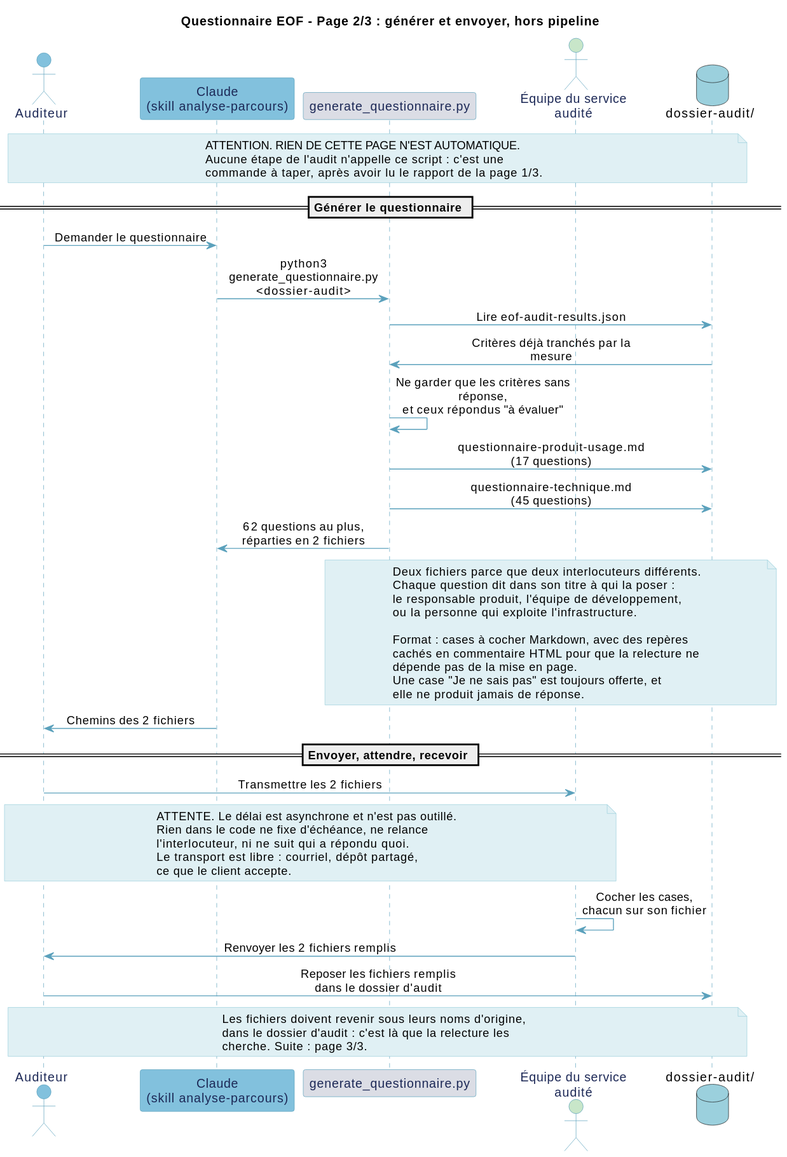
Earlier version of the PlantUML export documentation/diagrammes/eof-questionnaire-sequence-p2.svg (Boavizta/eroom).
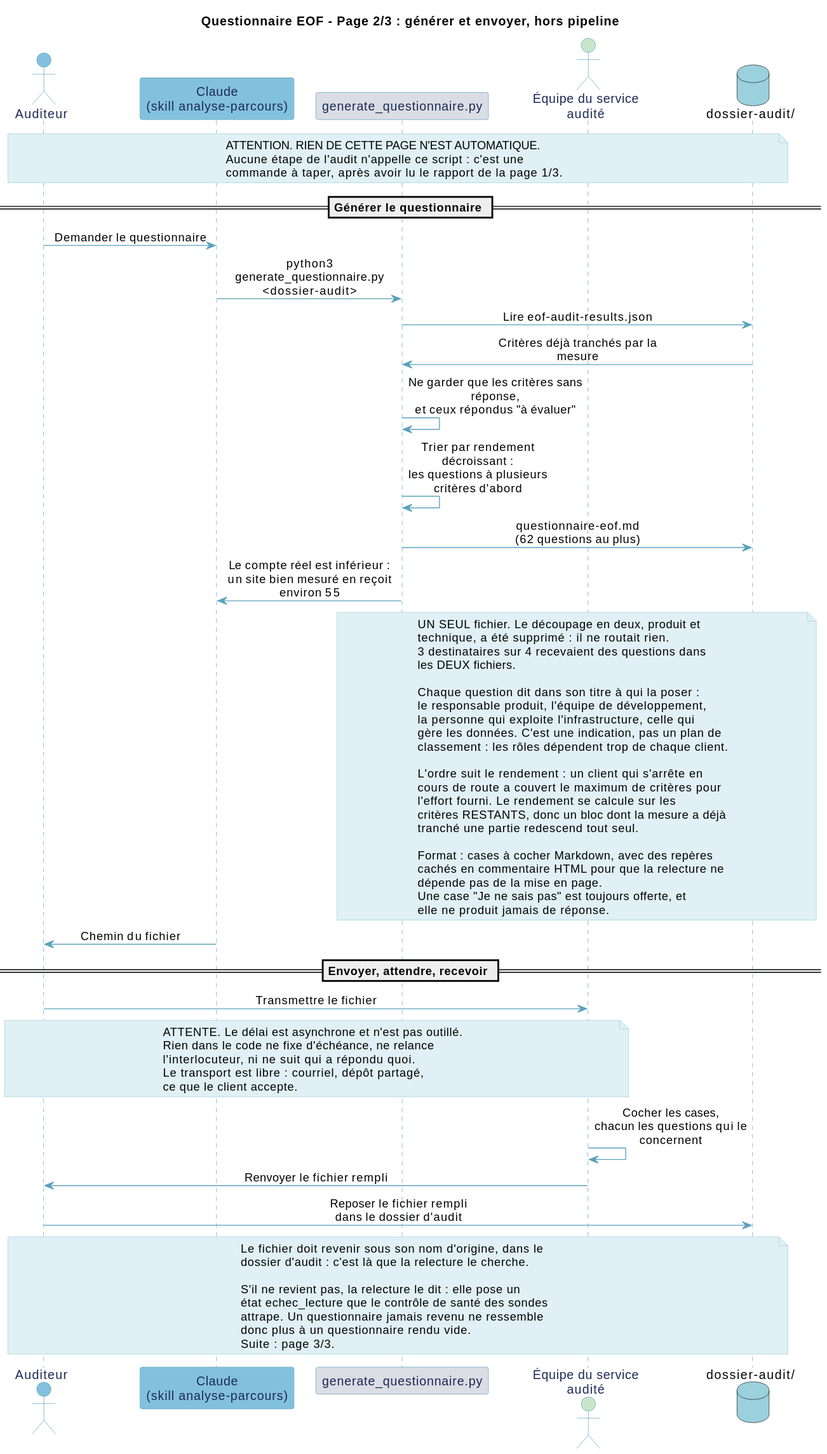
The same file after the commit.

Commit message:
docs(diagrammes): le circuit dessine ne parle plus de deux fichiers

Diff of the diagram source:
```diff
@@ -41,15 +41,27 @@
 GQ -> FS : Lire eof-audit-results.json
 FS -> GQ : Critères déjà tranchés par la mesure
 GQ -> GQ : Ne garder que les critères sans réponse,\net ceux répondus "à évaluer"
-GQ -> FS : questionnaire-produit-usage.md\n(17 questions)
-GQ -> FS : questionnaire-technique.md\n(45 questions)
-GQ -> C : 62 questions au plus,\nréparties en 2 fichiers
+GQ -> GQ : Trier par rendement décroissant :\nles questions à plusieurs critères d'abord
+GQ -> FS : questionnaire-eof.md\n(62 questions au plus)
+GQ -> C : Le compte réel est inférieur :\nun site bien mesuré en reçoit environ 55
 
 note over GQ, FS
-  Deux fichiers parce que deux interlocuteurs différents.
+  UN SEUL fichier. Le découpage en deux, produit et
+  technique, a été supprimé : il ne routait rien.
+  3 destinataires sur 4 recevaient des questions dans
+  les DEUX fichiers.
+
   Chaque question dit dans son titre à qui la poser :
   le responsable produit, l'équipe de développement,
-  ou la personne qui exploite l'infrastructure.
+  la personne qui exploite l'infrastructure, celle qui
+  gère les données. C'est une indication, pas un plan de
+  classement : les rôles dépendent trop de chaque client.
+
+  L'ordre suit le rendement : un client qui s'arrête en
+  cours de route a couvert le maximum de critères pour
+  l'effort fourni. Le rendement se calcule sur les
+  critères RESTANTS, donc un bloc dont la mesure a déjà
+  tranché une partie redescend tout seul.
 
   Format : cases à cocher Markdown, avec des repères
   cachés en commentaire HTML pour que la relecture ne
@@ -58,11 +70,11 @@
   elle ne produit jamais de réponse.
 end note
 
-C -> U : Chemins des 2 fichiers
+C -> U : Chemin du fichier
 
 == Envoyer, attendre, recevoir ==
 
-U -> I : Transmettre les 2 fichiers
+U -> I : Transmettre le fichier
 
 note over U, I
   ATTENTE. Le délai est asynchrone et n'est pas outillé.
@@ -72,13 +84,18 @@
   ce que le client accepte.
 end note
 
-I -> I : Cocher les cases,\nchacun sur son fichier
-I -> U : Renvoyer les 2 fichiers remplis
-U -> FS : Reposer les fichiers remplis\ndans le dossier d'audit
+I -> I : Cocher les cases,\nchacun les questions qui le concernent
+I -> U : Renvoyer le fichier rempli
+U -> FS : Reposer le fichier rempli\ndans le dossier d'audit
 
 note over U, FS
-  Les fichiers doivent revenir sous leurs noms d'origine,
-  dans le dossier d'audit : c'est là que la relecture les
-  cherche. Suite : page 3/3.
+  Le fichier doit revenir sous son nom d'origine, dans le
+  dossier d'audit : c'est là que la relecture le cherche.
+
+  S'il ne revient pas, la relecture le dit : elle pose un
+  état echec_lecture que le contrôle de santé des sondes
+  attrape. Un questionnaire jamais revenu ne ressemble
+  donc plus à un questionnaire rendu vide.
+  Suite : page 3/3.
 end note
 @enduml
```
